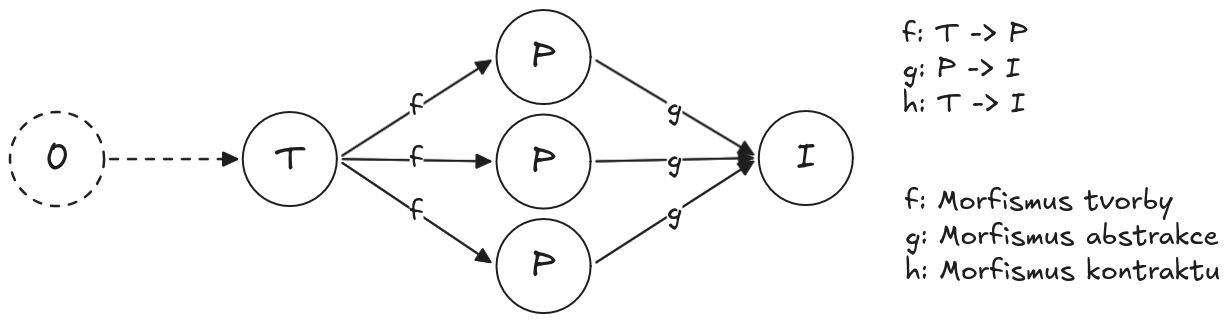
The Excalidraw diagram obrazky/diplomka/category_factory.excalidraw.png in Bahamut731lp/thesis-master, before a commit. Source tidied: one line per element, renumbered; positions are measured from the earlier drawing's top-left corner, leaving out a move shared by most shapes.
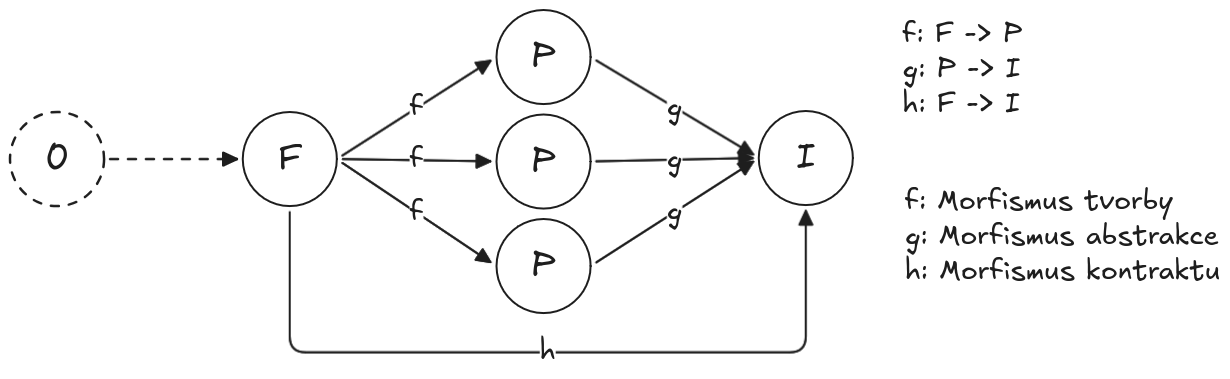
The same diagram one commit later.

Commit message:
feat: Category Theory

The edit, as a diff of the source:
```diff
@@ -1,11 +1,11 @@
 {"id": 0, "type": "ellipse", "strokeColor": "#1e1e1e", "strokeWidth": 2, "roughness": 0, "round": true, "x": 233, "y": 102, "width": 94, "height": 94}
-{"id": 1, "type": "text", "text": "T", "strokeColor": "#1e1e1e", "strokeWidth": 2, "roughness": 0, "fontSize": 36, "fontFamily": 5, "textAlign": "center", "verticalAlign": "middle", "inside": 0, "x": 265, "y": 127, "width": 31, "height": 45}
+{"id": 1, "type": "text", "text": "F", "strokeColor": "#1e1e1e", "strokeWidth": 2, "roughness": 0, "fontSize": 36, "fontFamily": 5, "textAlign": "center", "verticalAlign": "middle", "inside": 0, "x": 268, "y": 127, "width": 24, "height": 45}
 {"id": 2, "type": "ellipse", "strokeColor": "#1e1e1e", "strokeWidth": 2, "roughness": 0, "round": true, "x": 749, "y": 101, "width": 94, "height": 94}
 {"id": 3, "type": "text", "text": "I", "strokeColor": "#1e1e1e", "strokeWidth": 2, "roughness": 0, "fontSize": 36, "fontFamily": 5, "textAlign": "center", "verticalAlign": "middle", "inside": 2, "x": 786, "y": 126, "width": 20, "height": 45}
 {"id": 4, "type": "text", "text": "f", "strokeColor": "#1e1e1e", "strokeWidth": 2, "roughness": 0, "fontSize": 28, "fontFamily": 5, "textAlign": "center", "verticalAlign": "middle", "inside": 9, "x": 457, "y": 67, "width": 14, "height": 35}
 {"id": 5, "type": "arrow", "strokeColor": "#1e1e1e", "strokeWidth": 2, "roughness": 0, "endArrowhead": "triangle", "from": 14, "to": 2, "x": 586, "y": 51, "width": 157, "height": 94, "points": [[0, 0], [157, 94]]}
 {"id": 6, "type": "text", "text": "g", "strokeColor": "#1e1e1e", "strokeWidth": 2, "roughness": 0, "fontSize": 28, "fontFamily": 5, "textAlign": "center", "verticalAlign": "middle", "inside": 5, "x": 792, "y": 65, "width": 16, "height": 35}
-{"id": 7, "type": "text", "text": "f: T -> P\ng: P -> I\nh: T -> I", "strokeColor": "#1e1e1e", "strokeWidth": 2, "roughness": 0, "fontSize": 28, "fontFamily": 5, "x": 893, "y": 7, "width": 125, "height": 105}
+{"id": 7, "type": "text", "text": "f: F -> P\ng: P -> I\nh: F -> I", "strokeColor": "#1e1e1e", "strokeWidth": 2, "roughness": 0, "fontSize": 28, "fontFamily": 5, "x": 893, "y": 7, "width": 120, "height": 105}
 {"id": 8, "type": "text", "text": "f: Morfismus tvorby\ng: Morfismus abstrakce\nh: Morfismus kontraktu", "strokeColor": "#1e1e1e", "strokeWidth": 2, "roughness": 0, "fontSize": 28, "fontFamily": 5, "x": 895, "y": 174, "width": 315, "height": 105}
 {"id": 9, "type": "arrow", "strokeColor": "#1e1e1e", "strokeWidth": 2, "roughness": 0, "endArrowhead": "triangle", "from": 0, "to": 14, "x": 333, "y": 145, "width": 148, "height": 95, "points": [[0, 0], [148, -95]]}
 {"id": 10, "type": "ellipse", "strokeColor": "#1e1e1e", "strokeWidth": 2, "roughness": 0, "round": true, "x": 486, "y": 104, "width": 94, "height": 94}
@@ -25,3 +25,5 @@
 {"id": 24, "type": "ellipse", "strokeColor": "#1e1e1e", "strokeWidth": 2, "strokeStyle": "dashed", "roughness": 0, "round": true, "x": 0, "y": 102, "width": 94, "height": 94}
 {"id": 25, "type": "text", "text": "0", "strokeColor": "#1e1e1e", "strokeWidth": 2, "roughness": 0, "fontSize": 36, "fontFamily": 5, "textAlign": "center", "verticalAlign": "middle", "inside": 24, "x": 35, "y": 127, "width": 24, "height": 45}
 {"id": 26, "type": "arrow", "strokeColor": "#1e1e1e", "strokeWidth": 2, "strokeStyle": "dashed", "roughness": 0, "endArrowhead": "triangle", "from": 24, "to": 0, "x": 100, "y": 149, "width": 127, "height": 0, "points": [[0, 0], [127, 0]]}
+{"id": 27, "type": "arrow", "strokeColor": "#1e1e1e", "strokeWidth": 2, "roughness": 0, "endArrowhead": "triangle", "from": 0, "to": 2, "x": 280, "y": 202, "width": 516, "height": 141, "points": [[0, 0], [0, 140], [516, 140], [516, -1]]}
+{"id": 28, "type": "text", "text": "h", "strokeColor": "#1e1e1e", "strokeWidth": 2, "roughness": 0, "fontSize": 28, "fontFamily": 5, "textAlign": "center", "verticalAlign": "middle", "inside": 27, "x": 530, "y": 325, "width": 16, "height": 35}
```
